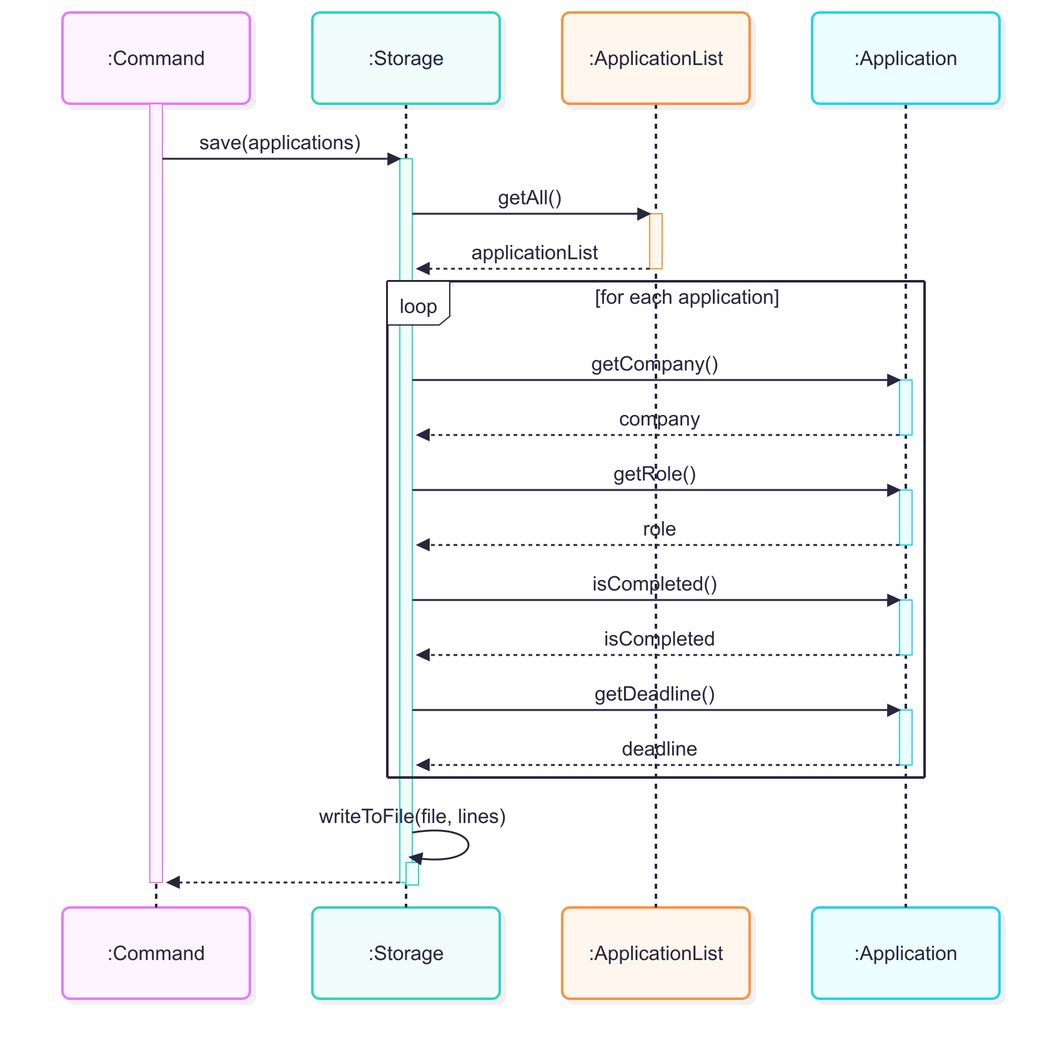
This is docs/diagrams/storage-save-sequence.png from AY2627S1-CS2113-T10-2/tp, a Mermaid export, as it was before one commit. Its source is kept beside it as docs/diagrams/sources/storage-save-sequence.mmd. Its diagram source:
```mermaid
sequenceDiagram
    participant cmd as :Command
    participant storage as :Storage
    participant list as :ApplicationList
    participant app as :Application

    activate cmd
    cmd->>storage: save(applications)
    activate storage
    storage->>list: getAll()
    activate list
    list-->>storage: applicationList
    deactivate list

    loop for each application
        storage->>app: getCompany()
        activate app
        app-->>storage: company
        deactivate app
        storage->>app: getRole()
        activate app
        app-->>storage: role
        deactivate app
        storage->>app: isCompleted()
        activate app
        app-->>storage: isCompleted
        deactivate app
        storage->>app: getDeadline()
        activate app
        app-->>storage: deadline
        deactivate app
    end

    storage->>storage: writeToFile(file, lines)
    activate storage
    deactivate storage

    storage-->>cmd:
    deactivate storage
    deactivate cmd
```
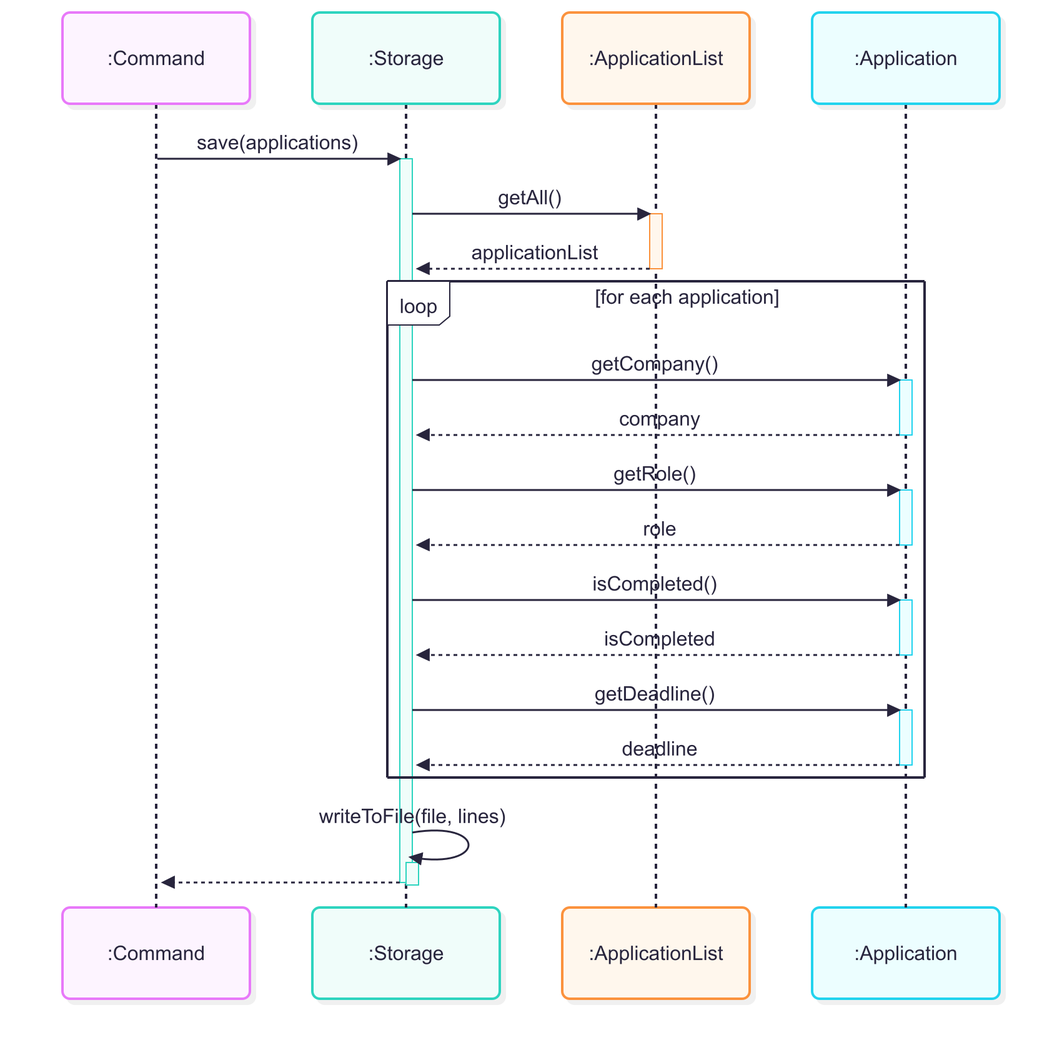
Above is the later version.

What changed in the source:
```diff
@@ -4,7 +4,6 @@
     participant list as :ApplicationList
     participant app as :Application
 
-    activate cmd
     cmd->>storage: save(applications)
     activate storage
     storage->>list: getAll()
@@ -37,4 +36,3 @@
 
     storage-->>cmd:
     deactivate storage
-    deactivate cmd
```
